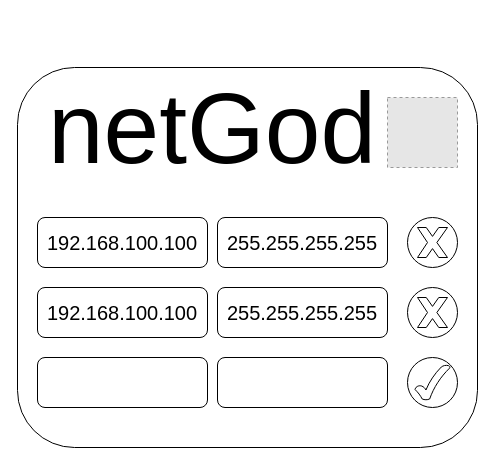
Before: page "admin pannel" (1 of 2) of sketch.drawio in wilsonept/netmanager, a draw.io diagram. Source tidied: cells renumbered, new cells numbered last; positions are measured from the earlier drawing's top-left corner, leaving out a move shared by most shapes. Both pictures are drawn from the tidied source at 100%, with x=0, y=0 at pixel (17, 67). Pictures stored in the file or linked from it are replaced by grey dashed boxes.
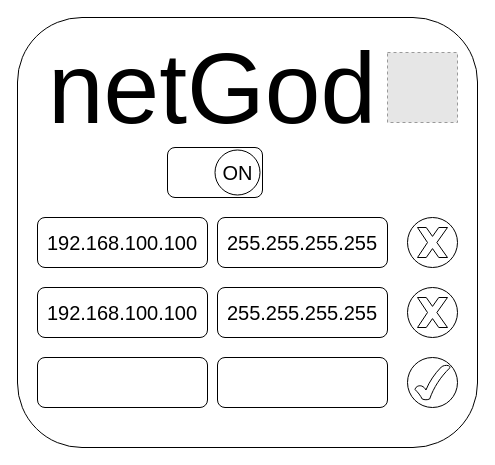
The same diagram, later.

Diff of the diagram source:
```diff
@@
     <mxCell id="2" style="rounded=1;whiteSpace=wrap;html=1;" parent="1" vertex="1">
-      <mxGeometry width="460" height="380" as="geometry" />
+      <mxGeometry y="-50" width="460" height="430" as="geometry" />
     </mxCell>
     <mxCell id="3" value="netGod" style="text;html=1;strokeColor=none;fillColor=none;align=center;verticalAlign=middle;whiteSpace=wrap;rounded=0;fontSize=100;" parent="1" vertex="1">
-      <mxGeometry x="30" y="10" width="330" height="100" as="geometry" />
+      <mxGeometry x="30" y="-30" width="330" height="100" as="geometry" />
     </mxCell>
@@
     <mxCell id="20" style="fillColor=#E6E6E6;strokeColor=#999999;dashed=1;verticalAlign=top;verticalLabelPosition=bottom;labelBackgroundColor=default;fontSize=20;fontColor=default;html=1;" parent="1" vertex="1">
-      <mxGeometry x="370" y="30" width="70" height="70" as="geometry" />
+      <mxGeometry x="370" y="-15" width="70" height="70" as="geometry" />
     </mxCell>
+    <mxCell id="21" style="rounded=1;whiteSpace=wrap;html=1;labelBackgroundColor=default;labelBorderColor=none;sketch=0;fontSize=20;fontColor=default;" parent="1" vertex="1">
+      <mxGeometry x="150" y="80" width="95" height="50" as="geometry" />
+    </mxCell>
+    <mxCell id="22" value="ON" style="ellipse;whiteSpace=wrap;html=1;rounded=1;labelBackgroundColor=default;labelBorderColor=none;sketch=0;fontSize=20;fontColor=default;" parent="1" vertex="1">
+      <mxGeometry x="197.5" y="82.5" width="45" height="45" as="geometry" />
+    </mxCell>
```
